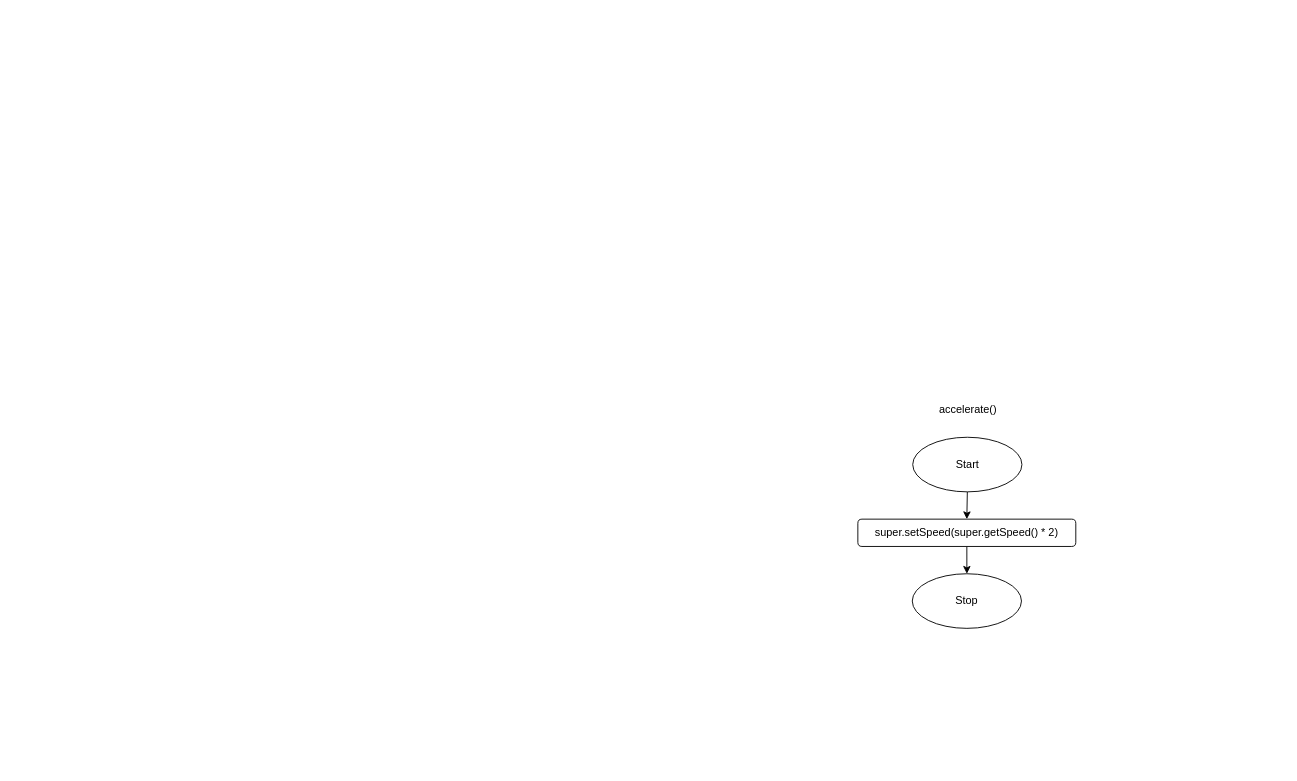
Earlier version of the draw.io diagram Drawio/Flowchart1.drawio (JacksonNaufal/ics4u-unit2-06-typescript). Source tidied: cells renumbered, new cells numbered last; positions are measured from the earlier drawing's top-left corner, leaving out a move shared by most shapes. Both pictures are drawn from the tidied source at 91%, with x=0, y=0 at pixel (857, 400).
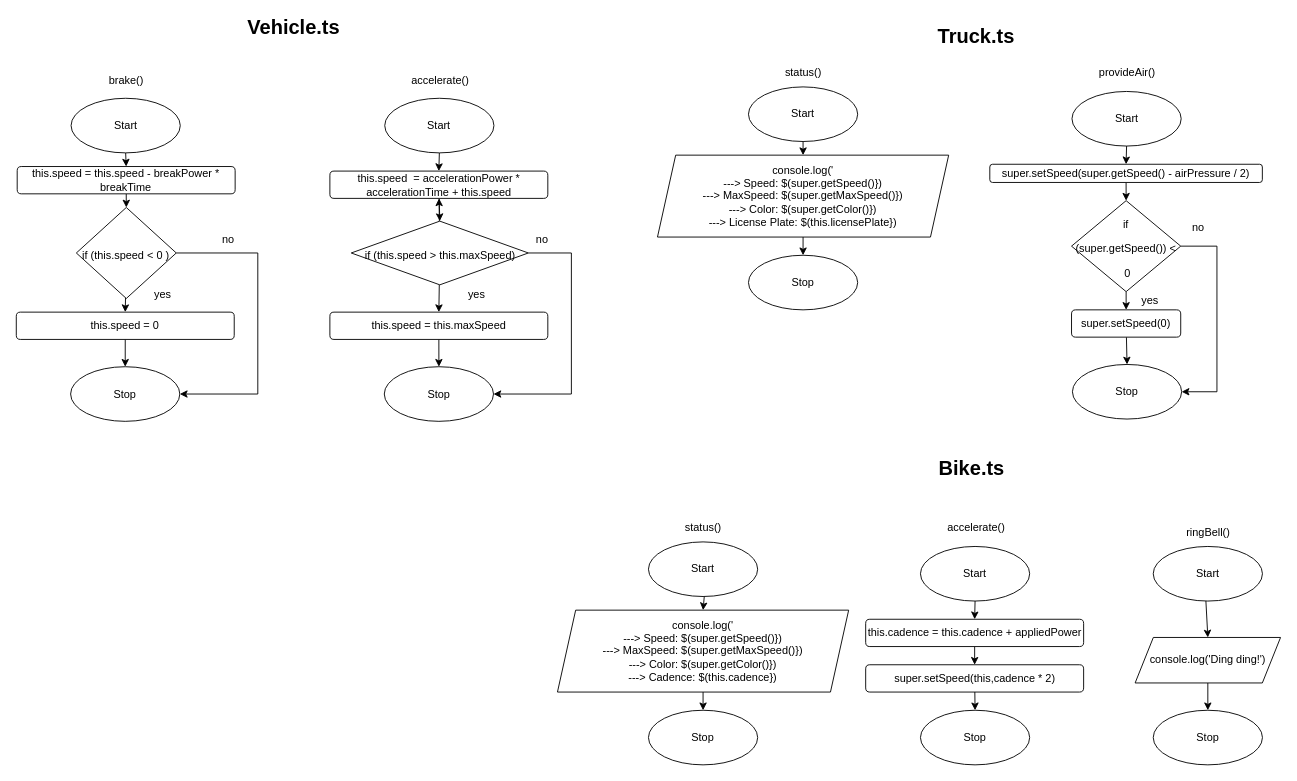
The same page after the edit.

Diff of the diagram source:
```diff
@@
     <mxCell id="3" value="Start" style="ellipse;whiteSpace=wrap;html=1;" parent="1" vertex="1">
-      <mxGeometry x="60.5" y="40" width="120" height="60" as="geometry" />
+      <mxGeometry x="69" y="160" width="120" height="60" as="geometry" />
     </mxCell>
     <mxCell id="4" value="Stop" style="ellipse;whiteSpace=wrap;html=1;" parent="1" vertex="1">
-      <mxGeometry x="60" y="190" width="120" height="60" as="geometry" />
+      <mxGeometry x="69" y="340" width="120" height="60" as="geometry" />
     </mxCell>
     <mxCell id="5" value="accelerate()" style="text;html=1;align=center;verticalAlign=middle;strokeColor=none;fillColor=none;" parent="1" vertex="1">
-      <mxGeometry x="80.5" width="80" height="20" as="geometry" />
+      <mxGeometry x="89.5" y="130" width="80" height="20" as="geometry" />
     </mxCell>
-    <mxCell id="6" style="edgeStyle=none;html=1;entryX=0.5;entryY=0;entryDx=0;entryDy=0;" parent="1" edge="1" source="7" target="4">
-      <mxGeometry relative="1" as="geometry" />
-    </mxCell>
+    <mxCell id="8" style="edgeStyle=none;html=1;entryX=0.5;entryY=0;entryDx=0;entryDy=0;" parent="1" edge="1" source="7" target="11">
+      <mxGeometry relative="1" as="geometry" />
+    </mxCell>
-    <mxCell id="7" value="super.setSpeed(super.getSpeed() * 2)" style="rounded=1;whiteSpace=wrap;html=1;" parent="1" vertex="1">
-      <mxGeometry x="0.2" y="130" width="239.5" height="30" as="geometry" />
+    <mxCell id="7" value="this.cadence = this.cadence + appliedPower" style="rounded=1;whiteSpace=wrap;html=1;" parent="1" vertex="1">
+      <mxGeometry x="8.8" y="240" width="239.5" height="30" as="geometry" />
     </mxCell>
+    <mxCell id="9" value="&lt;font style=&quot;font-size: 22px&quot;&gt;&lt;b&gt;Bike.ts&lt;/b&gt;&lt;/font&gt;" style="text;html=1;align=center;verticalAlign=middle;strokeColor=none;fillColor=none;" parent="1" vertex="1">
+      <mxGeometry x="79.5" y="65" width="90" height="20" as="geometry" />
+    </mxCell>
+    <mxCell id="10" style="edgeStyle=none;html=1;entryX=0.5;entryY=0;entryDx=0;entryDy=0;" parent="1" edge="1" source="11" target="4">
+      <mxGeometry relative="1" as="geometry" />
+    </mxCell>
+    <mxCell id="11" value="super.setSpeed(this,cadence * 2)" style="rounded=1;whiteSpace=wrap;html=1;" parent="1" vertex="1">
+      <mxGeometry x="8.8" y="290" width="239.5" height="30" as="geometry" />
+    </mxCell>
+    <mxCell id="12" style="edgeStyle=none;html=1;entryX=0.5;entryY=0;entryDx=0;entryDy=0;" parent="1" edge="1" source="13" target="17">
+      <mxGeometry relative="1" as="geometry" />
+    </mxCell>
+    <mxCell id="13" value="Start" style="ellipse;whiteSpace=wrap;html=1;" parent="1" vertex="1">
+      <mxGeometry x="324.8" y="160" width="120" height="60" as="geometry" />
+    </mxCell>
+    <mxCell id="14" value="Stop" style="ellipse;whiteSpace=wrap;html=1;" parent="1" vertex="1">
+      <mxGeometry x="324.8" y="340" width="120" height="60" as="geometry" />
+    </mxCell>
+    <mxCell id="15" value="ringBell()" style="text;html=1;align=center;verticalAlign=middle;strokeColor=none;fillColor=none;" parent="1" vertex="1">
+      <mxGeometry x="354.8" y="135" width="60" height="20" as="geometry" />
+    </mxCell>
+    <mxCell id="16" style="edgeStyle=none;html=1;entryX=0.5;entryY=0;entryDx=0;entryDy=0;" parent="1" edge="1" source="17" target="14">
+      <mxGeometry relative="1" as="geometry" />
+    </mxCell>
+    <mxCell id="17" value="console.log('Ding ding!')" style="shape=parallelogram;perimeter=parallelogramPerimeter;whiteSpace=wrap;html=1;fixedSize=1;" parent="1" vertex="1">
+      <mxGeometry x="304.9" y="260" width="159.8" height="50" as="geometry" />
+    </mxCell>
+    <mxCell id="18" style="edgeStyle=none;html=1;entryX=0.5;entryY=0;entryDx=0;entryDy=0;" parent="1" edge="1" source="19" target="23">
+      <mxGeometry relative="1" as="geometry" />
+    </mxCell>
+    <mxCell id="19" value="Start" style="ellipse;whiteSpace=wrap;html=1;" parent="1" vertex="1">
+      <mxGeometry x="-229.9" y="155" width="120" height="60" as="geometry" />
+    </mxCell>
+    <mxCell id="20" value="Stop" style="ellipse;whiteSpace=wrap;html=1;" parent="1" vertex="1">
+      <mxGeometry x="-229.9" y="340" width="120" height="60" as="geometry" />
+    </mxCell>
+    <mxCell id="21" value="status()" style="text;html=1;align=center;verticalAlign=middle;strokeColor=none;fillColor=none;" parent="1" vertex="1">
+      <mxGeometry x="-199.9" y="130" width="60" height="20" as="geometry" />
+    </mxCell>
+    <mxCell id="22" style="edgeStyle=none;html=1;entryX=0.5;entryY=0;entryDx=0;entryDy=0;" parent="1" edge="1" source="23" target="20">
+      <mxGeometry relative="1" as="geometry" />
+    </mxCell>
+    <mxCell id="23" value="console.log('&lt;br&gt;---&amp;gt; Speed: $(super.getSpeed()})&lt;br&gt;---&amp;gt; MaxSpeed: $(super.getMaxSpeed()})&lt;br&gt;---&amp;gt; Color: $(super.getColor()})&lt;br&gt;---&amp;gt; Cadence: $(this.cadence})" style="shape=parallelogram;perimeter=parallelogramPerimeter;whiteSpace=wrap;html=1;fixedSize=1;" parent="1" vertex="1">
+      <mxGeometry x="-329.9" y="230" width="320" height="90" as="geometry" />
+    </mxCell>
+    <mxCell id="24" value="&lt;font style=&quot;font-size: 22px&quot;&gt;&lt;b&gt;Truck.ts&lt;/b&gt;&lt;/font&gt;" style="text;html=1;align=center;verticalAlign=middle;strokeColor=none;fillColor=none;" parent="1" vertex="1">
+      <mxGeometry x="79.5" y="-410" width="100" height="20" as="geometry" />
+    </mxCell>
+    <mxCell id="25" style="edgeStyle=none;html=1;entryX=0.5;entryY=0;entryDx=0;entryDy=0;" parent="1" edge="1" source="26" target="30">
+      <mxGeometry relative="1" as="geometry" />
+    </mxCell>
+    <mxCell id="26" value="Start" style="ellipse;whiteSpace=wrap;html=1;" parent="1" vertex="1">
+      <mxGeometry x="235.5" y="-340" width="120" height="60" as="geometry" />
+    </mxCell>
+    <mxCell id="27" value="Stop" style="ellipse;whiteSpace=wrap;html=1;" parent="1" vertex="1">
+      <mxGeometry x="236" y="-40" width="120" height="60" as="geometry" />
+    </mxCell>
+    <mxCell id="28" value="provideAir()" style="text;html=1;align=center;verticalAlign=middle;strokeColor=none;fillColor=none;" parent="1" vertex="1">
+      <mxGeometry x="256" y="-370" width="80" height="20" as="geometry" />
+    </mxCell>
+    <mxCell id="29" style="edgeStyle=none;html=1;entryX=0.5;entryY=0;entryDx=0;entryDy=0;fontSize=12;" parent="1" edge="1" source="30" target="39">
+      <mxGeometry relative="1" as="geometry" />
+    </mxCell>
+    <mxCell id="30" value="super.setSpeed(super.getSpeed() - airPressure / 2)" style="rounded=1;whiteSpace=wrap;html=1;" parent="1" vertex="1">
+      <mxGeometry x="145.2" y="-260" width="299.5" height="20" as="geometry" />
+    </mxCell>
+    <mxCell id="31" style="edgeStyle=none;html=1;entryX=0.5;entryY=0;entryDx=0;entryDy=0;" parent="1" edge="1" source="32" target="36">
+      <mxGeometry relative="1" as="geometry" />
+    </mxCell>
+    <mxCell id="32" value="Start" style="ellipse;whiteSpace=wrap;html=1;" parent="1" vertex="1">
+      <mxGeometry x="-120" y="-345" width="120" height="60" as="geometry" />
+    </mxCell>
+    <mxCell id="33" value="Stop" style="ellipse;whiteSpace=wrap;html=1;" parent="1" vertex="1">
+      <mxGeometry x="-120" y="-160" width="120" height="60" as="geometry" />
+    </mxCell>
+    <mxCell id="34" value="status()" style="text;html=1;align=center;verticalAlign=middle;strokeColor=none;fillColor=none;" parent="1" vertex="1">
+      <mxGeometry x="-90" y="-370" width="60" height="20" as="geometry" />
+    </mxCell>
+    <mxCell id="35" style="edgeStyle=none;html=1;entryX=0.5;entryY=0;entryDx=0;entryDy=0;" parent="1" edge="1" source="36" target="33">
+      <mxGeometry relative="1" as="geometry" />
+    </mxCell>
+    <mxCell id="36" value="console.log('&lt;br&gt;---&amp;gt; Speed: $(super.getSpeed()})&lt;br&gt;---&amp;gt; MaxSpeed: $(super.getMaxSpeed()})&lt;br&gt;---&amp;gt; Color: $(super.getColor()})&lt;br&gt;---&amp;gt; License Plate: $(this.licensePlate})" style="shape=parallelogram;perimeter=parallelogramPerimeter;whiteSpace=wrap;html=1;fixedSize=1;" parent="1" vertex="1">
+      <mxGeometry x="-220" y="-270" width="320" height="90" as="geometry" />
+    </mxCell>
+    <mxCell id="37" style="edgeStyle=none;html=1;entryX=0.5;entryY=0;entryDx=0;entryDy=0;fontSize=12;" parent="1" edge="1" source="39" target="43">
+      <mxGeometry relative="1" as="geometry" />
+    </mxCell>
+    <mxCell id="38" style="edgeStyle=none;html=1;entryX=1;entryY=0.5;entryDx=0;entryDy=0;fontSize=12;rounded=0;" parent="1" edge="1" source="39" target="27">
+      <mxGeometry relative="1" as="geometry">
+        <Array as="points">
+          <mxPoint x="394.8" y="-170" />
+          <mxPoint x="394.8" y="-10" />
+        </Array>
+      </mxGeometry>
+    </mxCell>
+    <mxCell id="39" value="&lt;font style=&quot;font-size: 12px&quot;&gt;if &lt;br&gt;(super.getSpeed()) &amp;lt;&lt;br&gt;&amp;nbsp;0&lt;/font&gt;" style="rhombus;whiteSpace=wrap;html=1;fontSize=22;" parent="1" vertex="1">
+      <mxGeometry x="235" y="-220" width="120" height="100" as="geometry" />
+    </mxCell>
+    <mxCell id="40" value="no" style="text;html=1;align=center;verticalAlign=middle;strokeColor=none;fillColor=none;fontSize=12;" parent="1" vertex="1">
+      <mxGeometry x="359.4" y="-200" width="30" height="20" as="geometry" />
+    </mxCell>
+    <mxCell id="41" value="yes" style="text;html=1;align=center;verticalAlign=middle;strokeColor=none;fillColor=none;fontSize=12;" parent="1" vertex="1">
+      <mxGeometry x="306" y="-120" width="30" height="20" as="geometry" />
+    </mxCell>
+    <mxCell id="42" style="edgeStyle=none;html=1;entryX=0.5;entryY=0;entryDx=0;entryDy=0;fontSize=12;" parent="1" edge="1" source="43" target="27">
+      <mxGeometry relative="1" as="geometry" />
+    </mxCell>
+    <mxCell id="43" value="super.setSpeed(0)" style="rounded=1;whiteSpace=wrap;html=1;fontSize=12;" parent="1" vertex="1">
+      <mxGeometry x="235" y="-100" width="120" height="30" as="geometry" />
+    </mxCell>
+    <mxCell id="44" style="edgeStyle=none;html=1;entryX=0.5;entryY=0;entryDx=0;entryDy=0;" parent="1" edge="1" source="45" target="49">
+      <mxGeometry relative="1" as="geometry" />
+    </mxCell>
+    <mxCell id="45" value="Start" style="ellipse;whiteSpace=wrap;html=1;" parent="1" vertex="1">
+      <mxGeometry x="-519.7" y="-332.5" width="120" height="60" as="geometry" />
+    </mxCell>
+    <mxCell id="46" value="Stop" style="ellipse;whiteSpace=wrap;html=1;" parent="1" vertex="1">
+      <mxGeometry x="-520.2" y="-37.5" width="120" height="60" as="geometry" />
+    </mxCell>
+    <mxCell id="47" value="accelerate()" style="text;html=1;align=center;verticalAlign=middle;strokeColor=none;fillColor=none;" parent="1" vertex="1">
+      <mxGeometry x="-499.2" y="-362.5" width="80" height="20" as="geometry" />
+    </mxCell>
+    <mxCell id="48" style="edgeStyle=none;rounded=0;html=1;entryX=0.5;entryY=0;entryDx=0;entryDy=0;fontSize=12;" parent="1" edge="1" source="49" target="54">
+      <mxGeometry relative="1" as="geometry" />
+    </mxCell>
+    <mxCell id="49" value="this.speed&amp;nbsp; = accelerationPower * accelerationTime + this.speed" style="rounded=1;whiteSpace=wrap;html=1;" parent="1" vertex="1">
+      <mxGeometry x="-580" y="-252.5" width="239.5" height="30" as="geometry" />
+    </mxCell>
+    <mxCell id="50" value="&lt;font style=&quot;font-size: 22px&quot;&gt;&lt;b&gt;Vehicle.ts&lt;/b&gt;&lt;/font&gt;" style="text;html=1;align=center;verticalAlign=middle;strokeColor=none;fillColor=none;" parent="1" vertex="1">
+      <mxGeometry x="-679.6" y="-420" width="120" height="20" as="geometry" />
+    </mxCell>
+    <mxCell id="51" style="edgeStyle=none;rounded=0;html=1;fontSize=12;" parent="1" edge="1" source="54" target="49">
+      <mxGeometry relative="1" as="geometry" />
+    </mxCell>
+    <mxCell id="52" style="edgeStyle=none;rounded=0;html=1;entryX=0.5;entryY=0;entryDx=0;entryDy=0;fontSize=12;" parent="1" edge="1" source="54" target="56">
+      <mxGeometry relative="1" as="geometry" />
+    </mxCell>
+    <mxCell id="53" style="edgeStyle=none;rounded=0;html=1;entryX=1;entryY=0.5;entryDx=0;entryDy=0;fontSize=12;" parent="1" edge="1" source="54" target="46">
+      <mxGeometry relative="1" as="geometry">
+        <Array as="points">
+          <mxPoint x="-314.6" y="-162.5" />
+          <mxPoint x="-314.6" y="-7.5" />
+        </Array>
+      </mxGeometry>
+    </mxCell>
+    <mxCell id="54" value="&lt;font style=&quot;font-size: 12px&quot;&gt;if (this.speed &amp;gt; this.maxSpeed)&lt;br&gt;&lt;/font&gt;" style="rhombus;whiteSpace=wrap;html=1;fontSize=22;" parent="1" vertex="1">
+      <mxGeometry x="-556.5" y="-197.5" width="194.6" height="70" as="geometry" />
+    </mxCell>
+    <mxCell id="55" style="edgeStyle=none;rounded=0;html=1;entryX=0.5;entryY=0;entryDx=0;entryDy=0;fontSize=12;" parent="1" edge="1" source="56" target="46">
+      <mxGeometry relative="1" as="geometry" />
+    </mxCell>
+    <mxCell id="56" value="this.speed = this.maxSpeed" style="rounded=1;whiteSpace=wrap;html=1;" parent="1" vertex="1">
+      <mxGeometry x="-580" y="-97.5" width="239.5" height="30" as="geometry" />
+    </mxCell>
+    <mxCell id="57" value="yes" style="text;html=1;align=center;verticalAlign=middle;strokeColor=none;fillColor=none;fontSize=12;" parent="1" vertex="1">
+      <mxGeometry x="-434.2" y="-127.5" width="30" height="20" as="geometry" />
+    </mxCell>
+    <mxCell id="58" value="no" style="text;html=1;align=center;verticalAlign=middle;strokeColor=none;fillColor=none;fontSize=12;" parent="1" vertex="1">
+      <mxGeometry x="-361.9" y="-187.5" width="30" height="20" as="geometry" />
+    </mxCell>
+    <mxCell id="59" style="edgeStyle=none;html=1;entryX=0.5;entryY=0;entryDx=0;entryDy=0;" parent="1" edge="1" source="60" target="64">
+      <mxGeometry relative="1" as="geometry" />
+    </mxCell>
+    <mxCell id="60" value="Start" style="ellipse;whiteSpace=wrap;html=1;" parent="1" vertex="1">
+      <mxGeometry x="-864.4" y="-332.5" width="120" height="60" as="geometry" />
+    </mxCell>
+    <mxCell id="61" value="Stop" style="ellipse;whiteSpace=wrap;html=1;" parent="1" vertex="1">
+      <mxGeometry x="-864.9" y="-37.5" width="120" height="60" as="geometry" />
+    </mxCell>
+    <mxCell id="62" value="brake()" style="text;html=1;align=center;verticalAlign=middle;strokeColor=none;fillColor=none;" parent="1" vertex="1">
+      <mxGeometry x="-828.9" y="-362.5" width="50" height="20" as="geometry" />
+    </mxCell>
+    <mxCell id="63" style="edgeStyle=none;rounded=0;html=1;entryX=0.5;entryY=0;entryDx=0;entryDy=0;fontSize=12;" parent="1" edge="1" source="64" target="67">
+      <mxGeometry relative="1" as="geometry" />
+    </mxCell>
+    <mxCell id="64" value="this.speed = this.speed - breakPower * breakTime" style="rounded=1;whiteSpace=wrap;html=1;" parent="1" vertex="1">
+      <mxGeometry x="-923.6" y="-257.5" width="239.5" height="30" as="geometry" />
+    </mxCell>
+    <mxCell id="65" style="edgeStyle=none;rounded=0;html=1;entryX=0.5;entryY=0;entryDx=0;entryDy=0;fontSize=12;" parent="1" edge="1" source="67" target="69">
+      <mxGeometry relative="1" as="geometry" />
+    </mxCell>
+    <mxCell id="66" style="edgeStyle=none;rounded=0;html=1;entryX=1;entryY=0.5;entryDx=0;entryDy=0;fontSize=12;" parent="1" edge="1" source="67" target="61">
+      <mxGeometry relative="1" as="geometry">
+        <Array as="points">
+          <mxPoint x="-659.2" y="-162.5" />
+          <mxPoint x="-659.2" y="-7.5" />
+        </Array>
+      </mxGeometry>
+    </mxCell>
+    <mxCell id="67" value="&lt;font style=&quot;font-size: 12px&quot;&gt;if (this.speed &amp;lt; 0 )&lt;br&gt;&lt;/font&gt;" style="rhombus;whiteSpace=wrap;html=1;fontSize=22;" parent="1" vertex="1">
+      <mxGeometry x="-858.6" y="-212.5" width="109.8" height="100" as="geometry" />
+    </mxCell>
+    <mxCell id="68" style="edgeStyle=none;rounded=0;html=1;entryX=0.5;entryY=0;entryDx=0;entryDy=0;fontSize=12;" parent="1" edge="1" source="69" target="61">
+      <mxGeometry relative="1" as="geometry" />
+    </mxCell>
+    <mxCell id="69" value="this.speed = 0" style="rounded=1;whiteSpace=wrap;html=1;" parent="1" vertex="1">
+      <mxGeometry x="-924.6" y="-97.5" width="239.5" height="30" as="geometry" />
+    </mxCell>
+    <mxCell id="70" value="yes" style="text;html=1;align=center;verticalAlign=middle;strokeColor=none;fillColor=none;fontSize=12;" parent="1" vertex="1">
+      <mxGeometry x="-778.9" y="-127.5" width="30" height="20" as="geometry" />
+    </mxCell>
+    <mxCell id="71" value="no" style="text;html=1;align=center;verticalAlign=middle;strokeColor=none;fillColor=none;fontSize=12;" parent="1" vertex="1">
+      <mxGeometry x="-706.6" y="-187.5" width="30" height="20" as="geometry" />
+    </mxCell>
```
